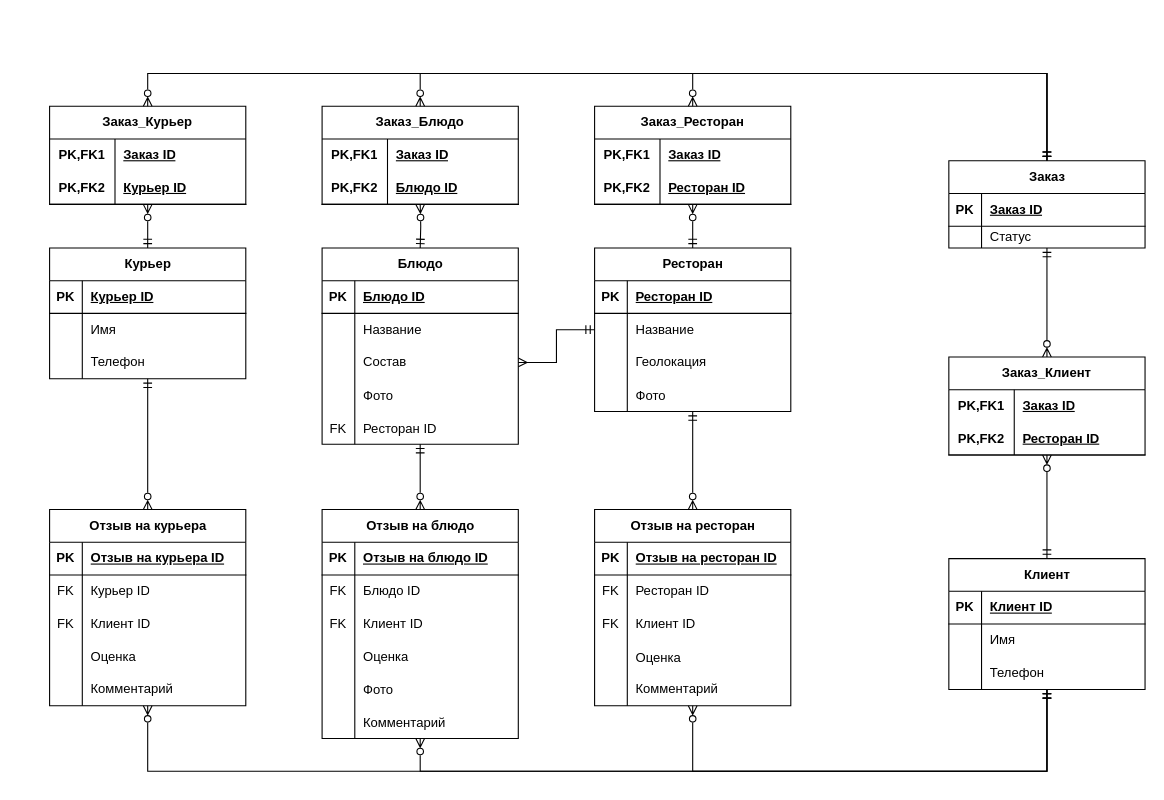
Before: Project/ERD.drawio in Gachick/DB_3SEM, a draw.io diagram. Source tidied: cells renumbered, new cells numbered last; positions are measured from the earlier drawing's top-left corner, leaving out a move shared by most shapes. Both pictures are drawn from the tidied source at 109%, with x=0, y=0 at pixel (49, 73).
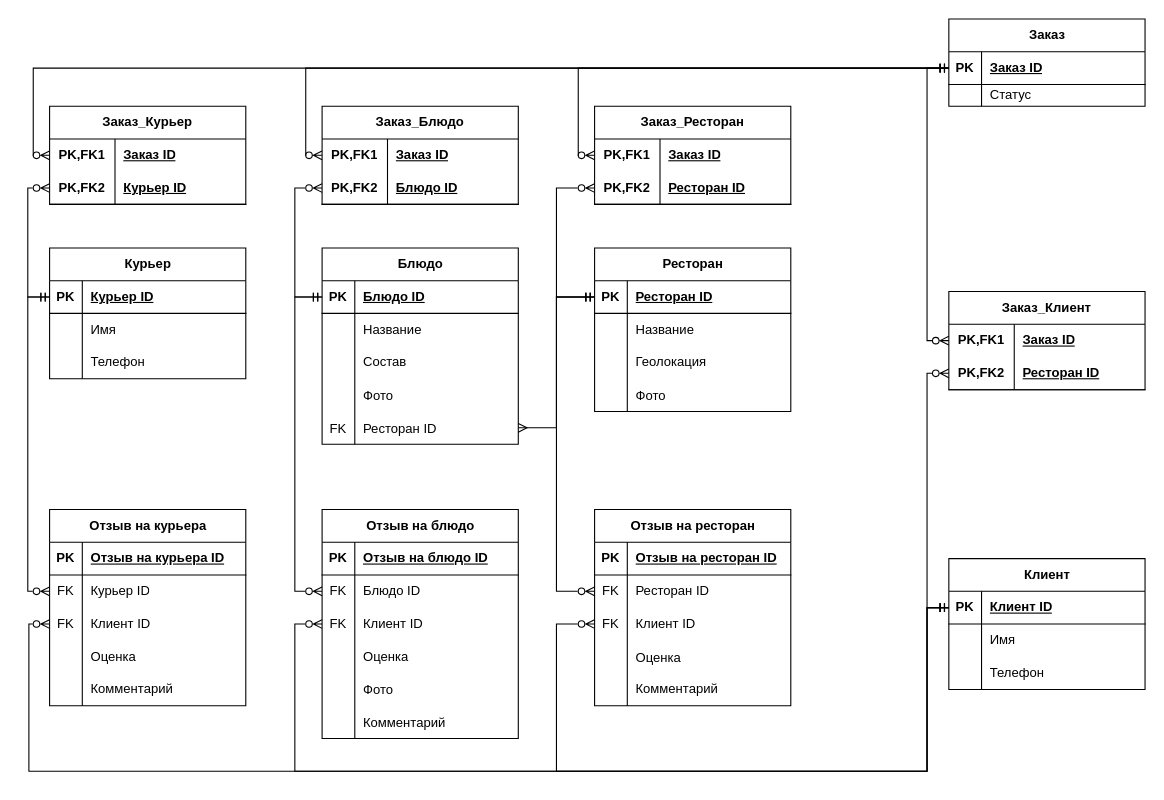
The same diagram, later.

Unchanged cells that the change refers to:
```xml
<mxCell id="4" value="Клиент" style="shape=table;startSize=30;childLayout=tableLayout;rowLines=0;fontStyle=1;align=center;html=1;" parent="1" vertex="1">
<mxCell id="5" style="shape=tableRow;horizontal=0;startSize=0;swimlaneHead=0;swimlaneBody=0;fillColor=none;points=[[0,0.5],[1,0.5]];portConstraint=eastwest;top=0;left=0;right=0;bottom=1;" parent="4" vertex="1">
<mxCell id="15" style="shape=tableRow;horizontal=0;startSize=0;swimlaneHead=0;swimlaneBody=0;fillColor=none;points=[[0,0.5],[1,0.5]];portConstraint=eastwest;top=0;left=0;right=0;bottom=1;" parent="14" vertex="1">
<mxCell id="22" value="Блюдо" style="shape=table;startSize=30;childLayout=tableLayout;rowLines=0;fontStyle=1;align=center;html=1;" parent="1" vertex="1">
<mxCell id="23" style="shape=tableRow;horizontal=0;startSize=0;swimlaneHead=0;swimlaneBody=0;fillColor=none;points=[[0,0.5],[1,0.5]];portConstraint=eastwest;top=0;left=0;right=0;bottom=1;" parent="22" vertex="1">
<mxCell id="29" style="shape=tableRow;horizontal=0;startSize=0;swimlaneHead=0;swimlaneBody=0;fillColor=none;points=[[0,0.5],[1,0.5]];portConstraint=eastwest;top=0;left=0;right=0;bottom=0;" parent="22" vertex="1">
<mxCell id="35" style="shape=tableRow;horizontal=0;startSize=0;swimlaneHead=0;swimlaneBody=0;fillColor=none;points=[[0,0.5],[1,0.5]];portConstraint=eastwest;top=0;left=0;right=0;bottom=0;" parent="22" vertex="1">
<mxCell id="38" value="Отзыв на блюдо" style="shape=table;startSize=30;childLayout=tableLayout;rowLines=0;fontStyle=1;align=center;html=1;" parent="1" vertex="1">
<mxCell id="42" style="shape=tableRow;horizontal=0;startSize=0;swimlaneHead=0;swimlaneBody=0;fillColor=none;points=[[0,0.5],[1,0.5]];portConstraint=eastwest;top=0;left=0;right=0;bottom=0;" parent="38" vertex="1">
<mxCell id="45" style="shape=tableRow;horizontal=0;startSize=0;swimlaneHead=0;swimlaneBody=0;fillColor=none;points=[[0,0.5],[1,0.5]];portConstraint=eastwest;top=0;left=0;right=0;bottom=0;" parent="38" vertex="1">
<mxCell id="57" value="Ресторан" style="shape=table;startSize=30;childLayout=tableLayout;rowLines=0;fontStyle=1;align=center;html=1;" parent="1" vertex="1">
<mxCell id="58" style="shape=tableRow;horizontal=0;startSize=0;swimlaneHead=0;swimlaneBody=0;fillColor=none;points=[[0,0.5],[1,0.5]];portConstraint=eastwest;top=0;left=0;right=0;bottom=1;" parent="57" vertex="1">
<mxCell id="70" value="Отзыв на ресторан" style="shape=table;startSize=30;childLayout=tableLayout;rowLines=0;fontStyle=1;align=center;html=1;" parent="1" vertex="1">
<mxCell id="74" style="shape=tableRow;horizontal=0;startSize=0;swimlaneHead=0;swimlaneBody=0;fillColor=none;points=[[0,0.5],[1,0.5]];portConstraint=eastwest;top=0;left=0;right=0;bottom=0;" parent="70" vertex="1">
<mxCell id="77" style="shape=tableRow;horizontal=0;startSize=0;swimlaneHead=0;swimlaneBody=0;fillColor=none;points=[[0,0.5],[1,0.5]];portConstraint=eastwest;top=0;left=0;right=0;bottom=0;" parent="70" vertex="1">
<mxCell id="88" value="Курьер" style="shape=table;startSize=30;childLayout=tableLayout;rowLines=0;fontStyle=1;align=center;html=1;" parent="1" vertex="1">
<mxCell id="89" style="shape=tableRow;horizontal=0;startSize=0;swimlaneHead=0;swimlaneBody=0;fillColor=none;points=[[0,0.5],[1,0.5]];portConstraint=eastwest;top=0;left=0;right=0;bottom=1;" parent="88" vertex="1">
<mxCell id="98" value="Отзыв на курьера" style="shape=table;startSize=30;childLayout=tableLayout;rowLines=0;fontStyle=1;align=center;html=1;" parent="1" vertex="1">
<mxCell id="102" style="shape=tableRow;horizontal=0;startSize=0;swimlaneHead=0;swimlaneBody=0;fillColor=none;points=[[0,0.5],[1,0.5]];portConstraint=eastwest;top=0;left=0;right=0;bottom=0;" parent="98" vertex="1">
<mxCell id="105" style="shape=tableRow;horizontal=0;startSize=0;swimlaneHead=0;swimlaneBody=0;fillColor=none;points=[[0,0.5],[1,0.5]];portConstraint=eastwest;top=0;left=0;right=0;bottom=0;" parent="98" vertex="1">
<mxCell id="117" value="Заказ_Курьер" style="shape=table;startSize=30;childLayout=tableLayout;rowLines=0;fontStyle=1;align=center;html=1;whiteSpace=wrap;" parent="1" vertex="1">
<mxCell id="118" style="shape=tableRow;horizontal=0;startSize=0;swimlaneHead=0;swimlaneBody=0;fillColor=none;points=[[0,0.5],[1,0.5]];portConstraint=eastwest;top=0;left=0;right=0;bottom=0;html=1;" parent="117" vertex="1">
<mxCell id="121" style="shape=tableRow;horizontal=0;startSize=0;swimlaneHead=0;swimlaneBody=0;fillColor=none;points=[[0,0.5],[1,0.5]];portConstraint=eastwest;top=0;left=0;right=0;bottom=1;html=1;" parent="117" vertex="1">
<mxCell id="126" value="Заказ_Блюдо" style="shape=table;startSize=30;childLayout=tableLayout;rowLines=0;fontStyle=1;align=center;html=1;whiteSpace=wrap;" parent="1" vertex="1">
<mxCell id="127" style="shape=tableRow;horizontal=0;startSize=0;swimlaneHead=0;swimlaneBody=0;fillColor=none;points=[[0,0.5],[1,0.5]];portConstraint=eastwest;top=0;left=0;right=0;bottom=0;html=1;" parent="126" vertex="1">
<mxCell id="130" style="shape=tableRow;horizontal=0;startSize=0;swimlaneHead=0;swimlaneBody=0;fillColor=none;points=[[0,0.5],[1,0.5]];portConstraint=eastwest;top=0;left=0;right=0;bottom=1;html=1;" parent="126" vertex="1">
<mxCell id="135" value="Заказ_Ресторан" style="shape=table;startSize=30;childLayout=tableLayout;rowLines=0;fontStyle=1;align=center;html=1;whiteSpace=wrap;" parent="1" vertex="1">
<mxCell id="136" style="shape=tableRow;horizontal=0;startSize=0;swimlaneHead=0;swimlaneBody=0;fillColor=none;points=[[0,0.5],[1,0.5]];portConstraint=eastwest;top=0;left=0;right=0;bottom=0;html=1;" parent="135" vertex="1">
<mxCell id="139" style="shape=tableRow;horizontal=0;startSize=0;swimlaneHead=0;swimlaneBody=0;fillColor=none;points=[[0,0.5],[1,0.5]];portConstraint=eastwest;top=0;left=0;right=0;bottom=1;html=1;" parent="135" vertex="1">
<mxCell id="144" style="shape=tableRow;horizontal=0;startSize=0;swimlaneHead=0;swimlaneBody=0;fillColor=none;points=[[0,0.5],[1,0.5]];portConstraint=eastwest;top=0;left=0;right=0;bottom=0;html=1;" parent="143" vertex="1">
<mxCell id="147" style="shape=tableRow;horizontal=0;startSize=0;swimlaneHead=0;swimlaneBody=0;fillColor=none;points=[[0,0.5],[1,0.5]];portConstraint=eastwest;top=0;left=0;right=0;bottom=1;html=1;" parent="143" vertex="1">
```

The edit, as a diff of the source:
```diff
@@
-    <mxCell id="2" style="edgeStyle=orthogonalEdgeStyle;rounded=0;jettySize=auto;html=1;endArrow=ERzeroToMany;endFill=0;startArrow=ERmandOne;startFill=0;" parent="1" edge="1" source="4" target="38">
+    <mxCell id="2" style="edgeStyle=orthogonalEdgeStyle;rounded=0;jettySize=auto;html=1;endArrow=ERzeroToMany;endFill=0;startArrow=ERmandOne;startFill=0;entryX=0;entryY=0.5;entryDx=0;entryDy=0;exitX=0;exitY=0.5;exitDx=0;exitDy=0;" parent="1" edge="1" source="5" target="45">
       <mxGeometry relative="1" as="geometry">
         <Array as="points">
-          <mxPoint x="915" y="640" />
-          <mxPoint x="340" y="640" />
+          <mxPoint x="805" y="490" />
+          <mxPoint x="805" y="640" />
+          <mxPoint x="225" y="640" />
+          <mxPoint x="225" y="505" />
         </Array>
       </mxGeometry>
     </mxCell>
-    <mxCell id="3" style="edgeStyle=orthogonalEdgeStyle;rounded=0;jettySize=auto;html=1;startArrow=ERmandOne;startFill=0;endArrow=ERzeroToMany;endFill=0;" parent="1" edge="1" source="4" target="98">
+    <mxCell id="3" style="edgeStyle=orthogonalEdgeStyle;rounded=0;jettySize=auto;html=1;startArrow=ERmandOne;startFill=0;endArrow=ERzeroToMany;endFill=0;entryX=0;entryY=0.5;entryDx=0;entryDy=0;exitX=0;exitY=0.5;exitDx=0;exitDy=0;" parent="1" edge="1" source="5" target="105">
       <mxGeometry relative="1" as="geometry">
         <Array as="points">
-          <mxPoint x="915" y="640" />
-          <mxPoint x="90" y="640" />
+          <mxPoint x="805" y="490" />
+          <mxPoint x="805" y="640" />
+          <mxPoint x="-19" y="640" />
+          <mxPoint x="-19" y="505" />
         </Array>
       </mxGeometry>
     </mxCell>
@@
     <mxCell id="14" value="Заказ" style="shape=table;startSize=30;childLayout=tableLayout;rowLines=0;fontStyle=1;align=center;html=1;" parent="1" vertex="1">
-      <mxGeometry x="825" y="80" width="180" height="80" as="geometry" />
+      <mxGeometry x="825" y="-50" width="180" height="80" as="geometry" />
     </mxCell>
@@
-    <mxCell id="21" style="edgeStyle=orthogonalEdgeStyle;rounded=0;jettySize=auto;html=1;startArrow=ERmandOne;startFill=0;endArrow=ERzeroToMany;endFill=0;" parent="1" edge="1" source="22" target="38">
-      <mxGeometry relative="1" as="geometry" />
+    <mxCell id="21" style="edgeStyle=orthogonalEdgeStyle;rounded=0;jettySize=auto;html=1;startArrow=ERmandOne;startFill=0;endArrow=ERzeroToMany;endFill=0;exitX=0;exitY=0.5;exitDx=0;exitDy=0;entryX=0;entryY=0.5;entryDx=0;entryDy=0;" parent="1" edge="1" source="23" target="42">
+      <mxGeometry relative="1" as="geometry">
+        <Array as="points">
+          <mxPoint x="225" y="205" />
+          <mxPoint x="225" y="475" />
+        </Array>
+      </mxGeometry>
     </mxCell>
@@
-    <mxCell id="86" style="edgeStyle=orthogonalEdgeStyle;rounded=0;jettySize=auto;html=1;entryX=0.5;entryY=0;entryDx=0;entryDy=0;endArrow=ERzeroToMany;endFill=0;startArrow=ERmandOne;startFill=0;" parent="1" edge="1" source="88" target="98">
-      <mxGeometry relative="1" as="geometry" />
+    <mxCell id="86" style="edgeStyle=orthogonalEdgeStyle;rounded=0;jettySize=auto;html=1;entryX=0;entryY=0.5;entryDx=0;entryDy=0;endArrow=ERzeroToMany;endFill=0;startArrow=ERmandOne;startFill=0;exitX=0;exitY=0.5;exitDx=0;exitDy=0;" parent="1" edge="1" source="89" target="102">
+      <mxGeometry relative="1" as="geometry">
+        <Array as="points">
+          <mxPoint x="-20" y="205" />
+          <mxPoint x="-20" y="475" />
+        </Array>
+      </mxGeometry>
     </mxCell>
-    <mxCell id="87" style="edgeStyle=orthogonalEdgeStyle;rounded=0;jettySize=auto;html=1;startArrow=ERmandOne;startFill=0;endArrow=ERzeroToMany;endFill=0;" parent="1" edge="1" source="88" target="117">
+    <mxCell id="87" style="edgeStyle=orthogonalEdgeStyle;rounded=0;jettySize=auto;html=1;startArrow=ERmandOne;startFill=0;endArrow=ERzeroToMany;endFill=0;entryX=0;entryY=0.5;entryDx=0;entryDy=0;exitX=0;exitY=0.5;exitDx=0;exitDy=0;" parent="1" edge="1" source="89" target="121">
       <mxGeometry relative="1" as="geometry" />
     </mxCell>
@@
-    <mxCell id="114" style="edgeStyle=orthogonalEdgeStyle;rounded=0;jettySize=auto;html=1;startArrow=ERmandOne;startFill=0;endArrow=ERzeroToMany;endFill=0;entryX=0.5;entryY=0;entryDx=0;entryDy=0;" parent="1" edge="1" source="57" target="70">
-      <mxGeometry relative="1" as="geometry" />
+    <mxCell id="114" style="edgeStyle=orthogonalEdgeStyle;rounded=0;jettySize=auto;html=1;startArrow=ERmandOne;startFill=0;endArrow=ERzeroToMany;endFill=0;entryX=0;entryY=0.5;entryDx=0;entryDy=0;exitX=0;exitY=0.5;exitDx=0;exitDy=0;" parent="1" edge="1" source="58" target="74">
+      <mxGeometry relative="1" as="geometry">
+        <Array as="points">
+          <mxPoint x="465" y="205" />
+          <mxPoint x="465" y="475" />
+        </Array>
+      </mxGeometry>
     </mxCell>
-    <mxCell id="115" style="edgeStyle=orthogonalEdgeStyle;rounded=0;jettySize=auto;html=1;endArrow=ERzeroToMany;endFill=0;startArrow=ERmandOne;startFill=0;" parent="1" edge="1" source="4" target="70">
+    <mxCell id="115" style="edgeStyle=orthogonalEdgeStyle;rounded=0;jettySize=auto;html=1;endArrow=ERzeroToMany;endFill=0;startArrow=ERmandOne;startFill=0;entryX=0;entryY=0.5;entryDx=0;entryDy=0;exitX=0;exitY=0.5;exitDx=0;exitDy=0;" parent="1" edge="1" source="5" target="77">
       <mxGeometry relative="1" as="geometry">
         <Array as="points">
-          <mxPoint x="915" y="640" />
-          <mxPoint x="590" y="640" />
+          <mxPoint x="805" y="490" />
+          <mxPoint x="805" y="640" />
+          <mxPoint x="465" y="640" />
+          <mxPoint x="465" y="505" />
         </Array>
       </mxGeometry>
     </mxCell>
-    <mxCell id="116" style="edgeStyle=orthogonalEdgeStyle;rounded=0;jettySize=auto;html=1;startArrow=ERmany;startFill=0;endArrow=ERmandOne;endFill=0;" parent="1" edge="1" source="29" target="57">
+    <mxCell id="116" style="edgeStyle=orthogonalEdgeStyle;rounded=0;jettySize=auto;html=1;startArrow=ERmany;startFill=0;endArrow=ERmandOne;endFill=0;exitX=1;exitY=0.5;exitDx=0;exitDy=0;entryX=0;entryY=0.5;entryDx=0;entryDy=0;" parent="1" edge="1" source="35" target="58">
       <mxGeometry relative="1" as="geometry" />
     </mxCell>
@@
-    <mxCell id="124" style="edgeStyle=orthogonalEdgeStyle;rounded=0;jettySize=auto;html=1;startArrow=ERmandOne;startFill=0;endArrow=ERzeroToMany;endFill=0;" parent="1" edge="1" source="14" target="117">
+    <mxCell id="124" style="edgeStyle=orthogonalEdgeStyle;rounded=0;jettySize=auto;html=1;startArrow=ERmandOne;startFill=0;endArrow=ERzeroToMany;endFill=0;entryX=0;entryY=0.5;entryDx=0;entryDy=0;exitX=0;exitY=0.5;exitDx=0;exitDy=0;" parent="1" edge="1" source="15" target="118">
       <mxGeometry relative="1" as="geometry">
         <Array as="points">
-          <mxPoint x="915" />
-          <mxPoint x="90" />
+          <mxPoint x="-15" y="-5" />
+          <mxPoint x="-15" y="75" />
         </Array>
       </mxGeometry>
     </mxCell>
-    <mxCell id="125" style="edgeStyle=orthogonalEdgeStyle;rounded=0;jettySize=auto;html=1;startArrow=ERmandOne;startFill=0;endArrow=ERzeroToMany;endFill=0;" parent="1" edge="1" target="126">
+    <mxCell id="125" style="edgeStyle=orthogonalEdgeStyle;rounded=0;jettySize=auto;html=1;startArrow=ERmandOne;startFill=0;endArrow=ERzeroToMany;endFill=0;entryX=0;entryY=0.5;entryDx=0;entryDy=0;exitX=0;exitY=0.5;exitDx=0;exitDy=0;" parent="1" edge="1" source="23" target="130">
       <mxGeometry relative="1" as="geometry">
-        <mxPoint x="340" y="160" as="sourcePoint" />
+        <Array as="points">
+          <mxPoint x="225" y="205" />
+          <mxPoint x="225" y="105" />
+        </Array>
       </mxGeometry>
     </mxCell>
@@
-    <mxCell id="133" style="edgeStyle=orthogonalEdgeStyle;rounded=0;jettySize=auto;html=1;startArrow=ERmandOne;startFill=0;endArrow=ERzeroToMany;endFill=0;" parent="1" edge="1" source="14" target="126">
+    <mxCell id="133" style="edgeStyle=orthogonalEdgeStyle;rounded=0;jettySize=auto;html=1;startArrow=ERmandOne;startFill=0;endArrow=ERzeroToMany;endFill=0;entryX=0;entryY=0.5;entryDx=0;entryDy=0;exitX=0;exitY=0.5;exitDx=0;exitDy=0;" parent="1" edge="1" source="15" target="127">
       <mxGeometry relative="1" as="geometry">
         <Array as="points">
-          <mxPoint x="915" />
-          <mxPoint x="340" />
+          <mxPoint x="235" y="-5" />
+          <mxPoint x="235" y="75" />
         </Array>
       </mxGeometry>
     </mxCell>
-    <mxCell id="134" style="edgeStyle=orthogonalEdgeStyle;rounded=0;jettySize=auto;html=1;startArrow=ERmandOne;startFill=0;endArrow=ERzeroToMany;endFill=0;" parent="1" edge="1" source="57" target="135">
-      <mxGeometry relative="1" as="geometry" />
+    <mxCell id="134" style="edgeStyle=orthogonalEdgeStyle;rounded=0;jettySize=auto;html=1;startArrow=ERmandOne;startFill=0;endArrow=ERzeroToMany;endFill=0;entryX=0;entryY=0.5;entryDx=0;entryDy=0;exitX=0;exitY=0.5;exitDx=0;exitDy=0;" parent="1" edge="1" source="58" target="139">
+      <mxGeometry relative="1" as="geometry">
+        <Array as="points">
+          <mxPoint x="465" y="205" />
+          <mxPoint x="465" y="105" />
+        </Array>
+      </mxGeometry>
     </mxCell>
@@
-    <mxCell id="142" style="edgeStyle=orthogonalEdgeStyle;rounded=0;jettySize=auto;html=1;startArrow=ERmandOne;startFill=0;endArrow=ERzeroToMany;endFill=0;" parent="1" edge="1" source="14" target="135">
+    <mxCell id="142" style="edgeStyle=orthogonalEdgeStyle;rounded=0;jettySize=auto;html=1;startArrow=ERmandOne;startFill=0;endArrow=ERzeroToMany;endFill=0;entryX=0;entryY=0.5;entryDx=0;entryDy=0;exitX=0;exitY=0.5;exitDx=0;exitDy=0;" parent="1" edge="1" source="15" target="136">
       <mxGeometry relative="1" as="geometry">
         <Array as="points">
-          <mxPoint x="915" />
-          <mxPoint x="590" />
+          <mxPoint x="485" y="-5" />
+          <mxPoint x="485" y="75" />
         </Array>
       </mxGeometry>
     </mxCell>
     <mxCell id="143" value="Заказ_Клиент" style="shape=table;startSize=30;childLayout=tableLayout;rowLines=0;fontStyle=1;align=center;html=1;whiteSpace=wrap;" parent="1" vertex="1">
-      <mxGeometry x="825" y="260" width="180" height="90" as="geometry" />
+      <mxGeometry x="825" y="200" width="180" height="90" as="geometry" />
     </mxCell>
@@
-    <mxCell id="150" style="edgeStyle=orthogonalEdgeStyle;rounded=0;jettySize=auto;html=1;startArrow=ERmandOne;startFill=0;endArrow=ERzeroToMany;endFill=0;" parent="1" edge="1" source="4" target="143">
+    <mxCell id="150" style="edgeStyle=orthogonalEdgeStyle;rounded=0;jettySize=auto;html=1;startArrow=ERmandOne;startFill=0;endArrow=ERzeroToMany;endFill=0;entryX=0;entryY=0.5;entryDx=0;entryDy=0;exitX=0;exitY=0.5;exitDx=0;exitDy=0;" parent="1" edge="1" source="5" target="147">
       <mxGeometry relative="1" as="geometry" />
     </mxCell>
-    <mxCell id="151" style="edgeStyle=orthogonalEdgeStyle;rounded=0;jettySize=auto;html=1;startArrow=ERmandOne;startFill=0;endArrow=ERzeroToMany;endFill=0;" parent="1" edge="1" source="14" target="143">
+    <mxCell id="151" style="edgeStyle=orthogonalEdgeStyle;rounded=0;jettySize=auto;html=1;startArrow=ERmandOne;startFill=0;endArrow=ERzeroToMany;endFill=0;exitX=0;exitY=0.5;exitDx=0;exitDy=0;entryX=0;entryY=0.5;entryDx=0;entryDy=0;" parent="1" edge="1" source="15" target="144">
       <mxGeometry relative="1" as="geometry" />
     </mxCell>
```
